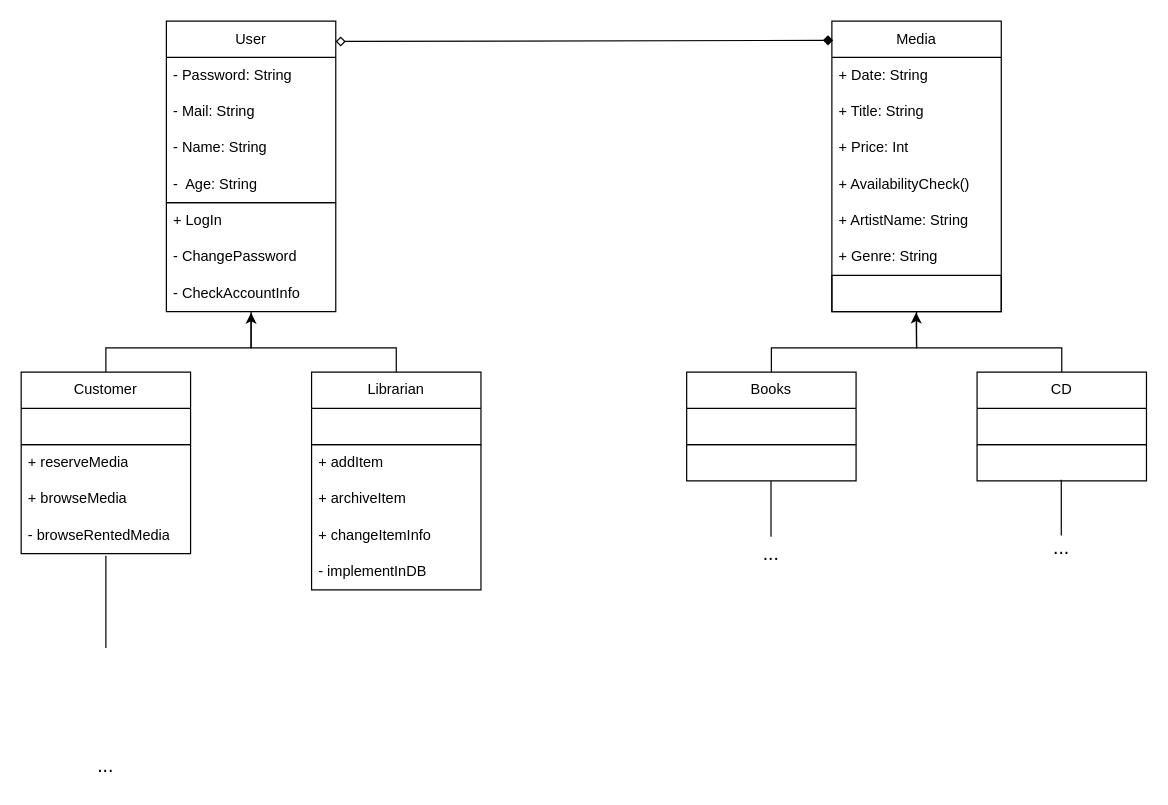
Earlier version of the draw.io diagram diagrams/class_library.drawio (sraosha47/m226). Source tidied: cells renumbered, new cells numbered last; positions are measured from the earlier drawing's top-left corner, leaving out a move shared by most shapes. Both pictures are drawn from the tidied source at 121%, with x=0, y=0 at pixel (21, 21).
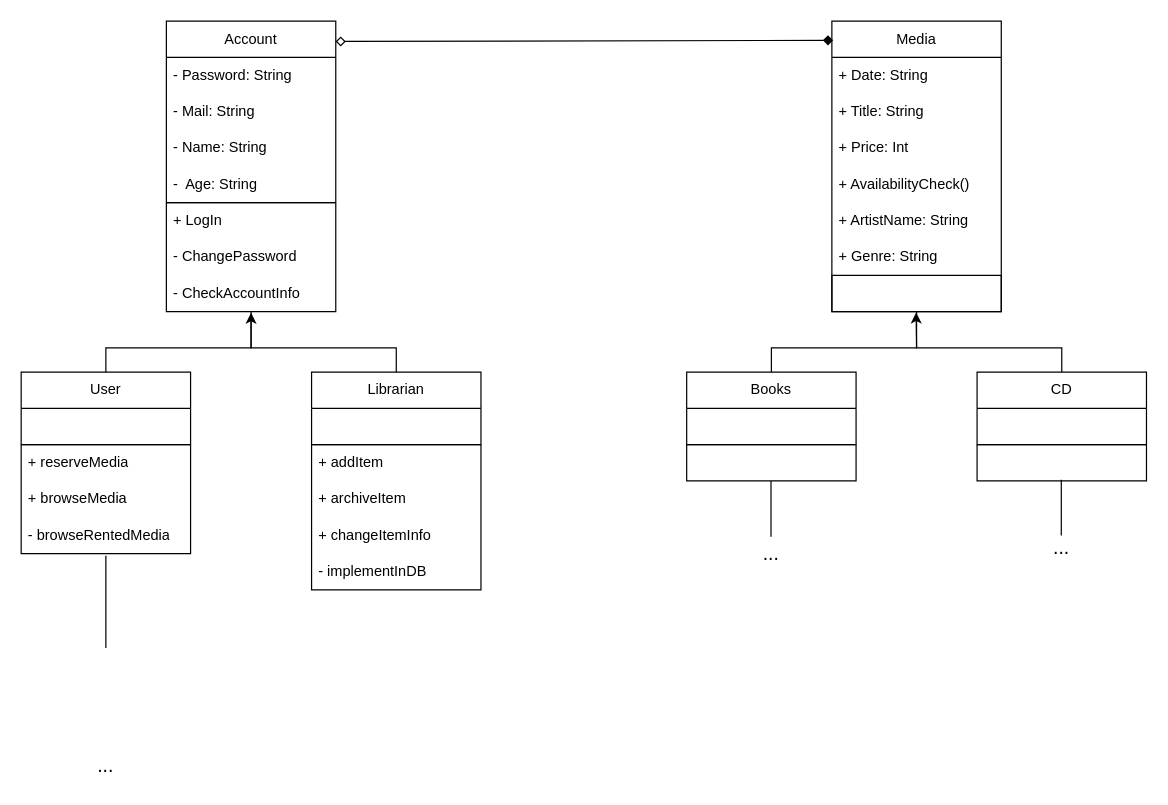
Above is the later version.

The edit, as a diff of the source:
```diff
@@
-    <mxCell id="2" value="User" style="swimlane;fontStyle=0;horizontal=1;startSize=30;whiteSpace=wrap;html=1;" parent="1" vertex="1">
+    <mxCell id="2" value="Account" style="swimlane;fontStyle=0;horizontal=1;startSize=30;whiteSpace=wrap;html=1;" parent="1" vertex="1">
       <mxGeometry x="120" width="140" height="150" as="geometry" />
     </mxCell>
@@
-    <mxCell id="21" value="Customer" style="swimlane;fontStyle=0;horizontal=1;startSize=30;whiteSpace=wrap;html=1;" parent="1" vertex="1">
+    <mxCell id="21" value="User" style="swimlane;fontStyle=0;horizontal=1;startSize=30;whiteSpace=wrap;html=1;" parent="1" vertex="1">
       <mxGeometry y="290" width="140" height="60" as="geometry" />
     </mxCell>
```
